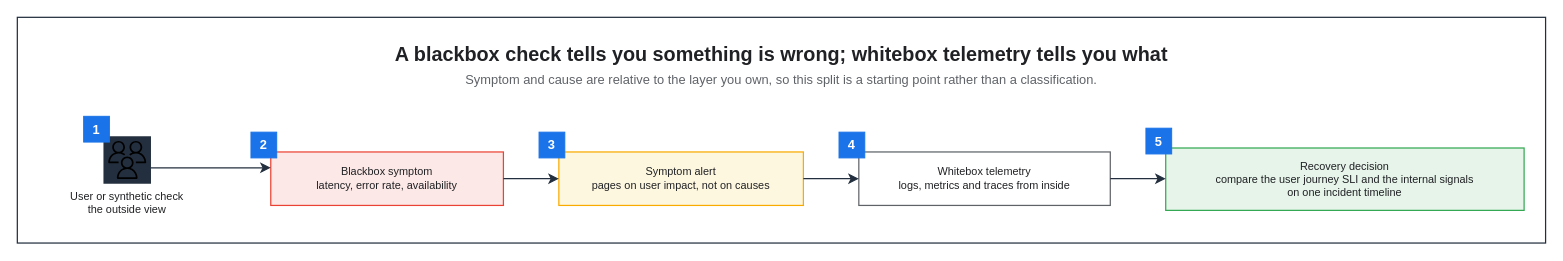
This is assets/img/observability/blackbox-whitebox-flow.drawio from KKamJi98/kkamji98.github.io, a draw.io file, before an edit. Source tidied: cells renumbered, new cells numbered last; positions are measured from the earlier drawing's top-left corner, leaving out a move shared by most shapes. Both pictures are drawn from the tidied source at 99%, with x=0, y=0 at pixel (17, 17).
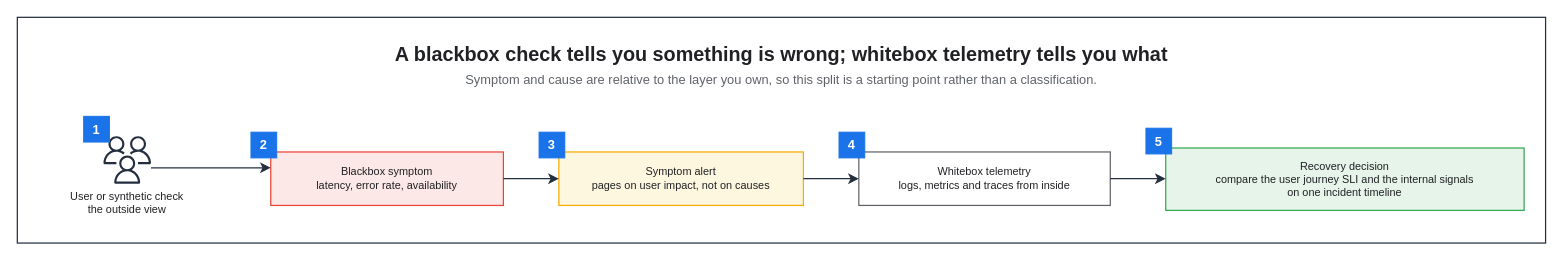
The same page after the edit.

Diff of the diagram source:
```diff
@@
 <mxGraphModel background="#FFFFFF">
   <root>
     <mxCell id="0" />
     <mxCell id="1" parent="0" />
     <mxCell id="2" style="rounded=0;html=0;fillColor=none;strokeColor=#232F3E;fontColor=#202124;strokeWidth=1.25;" parent="1" vertex="1">
       <mxGeometry width="1543.7" height="228" as="geometry" />
     </mxCell>
     <mxCell id="3" value="A blackbox check tells you something is wrong; whitebox telemetry tells you what" style="text;html=0;whiteSpace=wrap;fillColor=none;strokeColor=none;fontColor=#202124;fontSize=20;fontStyle=1;align=center;verticalAlign=middle;" parent="1" vertex="1">
       <mxGeometry x="22" y="22" width="1499.7" height="30" as="geometry" />
     </mxCell>
     <mxCell id="4" value="Symptom and cause are relative to the layer you own, so this split is a starting point rather than a classification." style="text;html=0;whiteSpace=wrap;fillColor=none;strokeColor=none;fontColor=#5F6368;fontSize=13;fontStyle=0;align=center;verticalAlign=middle;" parent="1" vertex="1">
       <mxGeometry x="22" y="52" width="1499.7" height="22" as="geometry" />
     </mxCell>
-    <mxCell id="5" value="User or synthetic check&#10;the outside view" style="sketch=0;outlineConnect=0;gradientColor=none;html=0;whiteSpace=nowrap;fontSize=11;fontStyle=0;fontColor=#202124;verticalLabelPosition=bottom;verticalAlign=top;align=center;labelBackgroundColor=none;fillColor=#232F3E;strokeColor=none;dashed=0;shape=mxgraph.aws4.resourceIcon;resIcon=mxgraph.aws4.users;" parent="1" vertex="1">
+    <mxCell id="5" value="User or synthetic check&#10;the outside view" style="sketch=0;outlineConnect=0;gradientColor=none;html=0;whiteSpace=nowrap;fontSize=11;fontStyle=0;fontColor=#202124;verticalLabelPosition=bottom;verticalAlign=top;align=center;labelBackgroundColor=none;fillColor=#232F3E;strokeColor=none;dashed=0;shape=mxgraph.aws4.users;" parent="1" vertex="1">
       <mxGeometry x="87" y="120" width="48" height="48" as="geometry" />
     </mxCell>
     <mxCell id="6" value="Blackbox symptom&#10;latency, error rate, availability" style="rounded=0;whiteSpace=wrap;html=0;fillColor=#FCE8E6;strokeColor=#EA4335;fontColor=#202124;fontSize=11;fontStyle=0;align=center;verticalAlign=middle;spacingLeft=6;spacingRight=6;strokeWidth=1.25;" parent="1" vertex="1">
       <mxGeometry x="256" y="136" width="235" height="54" as="geometry" />
     </mxCell>
     <mxCell id="7" value="Symptom alert&#10;pages on user impact, not on causes" style="rounded=0;whiteSpace=wrap;html=0;fillColor=#FEF7E0;strokeColor=#F9AB00;fontColor=#202124;fontSize=11;fontStyle=0;align=center;verticalAlign=middle;spacingLeft=6;spacingRight=6;strokeWidth=1.25;" parent="1" vertex="1">
       <mxGeometry x="547" y="136" width="247" height="54" as="geometry" />
     </mxCell>
     <mxCell id="8" value="Whitebox telemetry&#10;logs, metrics and traces from inside" style="rounded=0;whiteSpace=wrap;html=0;fillColor=#FFFFFF;strokeColor=#5F6368;fontColor=#202124;fontSize=11;fontStyle=0;align=center;verticalAlign=middle;spacingLeft=6;spacingRight=6;strokeWidth=1.25;" parent="1" vertex="1">
       <mxGeometry x="850" y="136" width="254" height="54" as="geometry" />
     </mxCell>
     <mxCell id="9" value="Recovery decision&#10;compare the user journey SLI and the internal signals&#10;on one incident timeline" style="rounded=0;whiteSpace=wrap;html=0;fillColor=#E6F4EA;strokeColor=#34A853;fontColor=#202124;fontSize=11;fontStyle=0;align=center;verticalAlign=middle;spacingLeft=6;spacingRight=6;strokeWidth=1.25;" parent="1" vertex="1">
       <mxGeometry x="1160" y="132" width="362" height="63" as="geometry" />
     </mxCell>
     <mxCell id="10" value="1" style="rounded=0;whiteSpace=wrap;html=0;fillColor=#1A73E8;strokeColor=#1A73E8;fontColor=#FFFFFF;fontSize=13;fontStyle=1;align=center;verticalAlign=middle;" parent="1" vertex="1">
       <mxGeometry x="67" y="100" width="26" height="26" as="geometry" />
     </mxCell>
     <mxCell id="11" value="2" style="rounded=0;whiteSpace=wrap;html=0;fillColor=#1A73E8;strokeColor=#1A73E8;fontColor=#FFFFFF;fontSize=13;fontStyle=1;align=center;verticalAlign=middle;" parent="1" vertex="1">
       <mxGeometry x="236" y="116" width="26" height="26" as="geometry" />
     </mxCell>
     <mxCell id="12" value="3" style="rounded=0;whiteSpace=wrap;html=0;fillColor=#1A73E8;strokeColor=#1A73E8;fontColor=#FFFFFF;fontSize=13;fontStyle=1;align=center;verticalAlign=middle;" parent="1" vertex="1">
       <mxGeometry x="527" y="116" width="26" height="26" as="geometry" />
     </mxCell>
     <mxCell id="13" value="4" style="rounded=0;whiteSpace=wrap;html=0;fillColor=#1A73E8;strokeColor=#1A73E8;fontColor=#FFFFFF;fontSize=13;fontStyle=1;align=center;verticalAlign=middle;" parent="1" vertex="1">
       <mxGeometry x="830" y="116" width="26" height="26" as="geometry" />
     </mxCell>
     <mxCell id="14" value="5" style="rounded=0;whiteSpace=wrap;html=0;fillColor=#1A73E8;strokeColor=#1A73E8;fontColor=#FFFFFF;fontSize=13;fontStyle=1;align=center;verticalAlign=middle;" parent="1" vertex="1">
       <mxGeometry x="1140" y="112" width="26" height="26" as="geometry" />
     </mxCell>
     <mxCell id="15" style="edgeStyle=orthogonalEdgeStyle;rounded=0;html=0;strokeColor=#232F3E;strokeWidth=1.25;endArrow=classic;endFill=1;endSize=7;fontSize=11;fontColor=#202124;labelBackgroundColor=none;jettySize=14;exitX=1;exitY=0.6667;entryX=0;entryY=0.2963;exitDx=0;exitDy=0;entryDx=0;entryDy=0;" parent="1" edge="1" source="5" target="6">
       <mxGeometry relative="1" as="geometry" />
     </mxCell>
     <mxCell id="16" style="edgeStyle=orthogonalEdgeStyle;rounded=0;html=0;strokeColor=#232F3E;strokeWidth=1.25;endArrow=classic;endFill=1;endSize=7;fontSize=11;fontColor=#202124;labelBackgroundColor=none;jettySize=14;exitX=1;exitY=0.5;entryX=0;entryY=0.5;exitDx=0;exitDy=0;entryDx=0;entryDy=0;" parent="1" edge="1" source="6" target="7">
       <mxGeometry relative="1" as="geometry" />
     </mxCell>
     <mxCell id="17" style="edgeStyle=orthogonalEdgeStyle;rounded=0;html=0;strokeColor=#232F3E;strokeWidth=1.25;endArrow=classic;endFill=1;endSize=7;fontSize=11;fontColor=#202124;labelBackgroundColor=none;jettySize=14;exitX=1;exitY=0.5;entryX=0;entryY=0.5;exitDx=0;exitDy=0;entryDx=0;entryDy=0;" parent="1" edge="1" source="7" target="8">
       <mxGeometry relative="1" as="geometry" />
     </mxCell>
     <mxCell id="18" style="edgeStyle=orthogonalEdgeStyle;rounded=0;html=0;strokeColor=#232F3E;strokeWidth=1.25;endArrow=classic;endFill=1;endSize=7;fontSize=11;fontColor=#202124;labelBackgroundColor=none;jettySize=14;exitX=1;exitY=0.5;entryX=0;entryY=0.4921;exitDx=0;exitDy=0;entryDx=0;entryDy=0;" parent="1" edge="1" source="8" target="9">
       <mxGeometry relative="1" as="geometry" />
     </mxCell>
   </root>
 </mxGraphModel>
```
